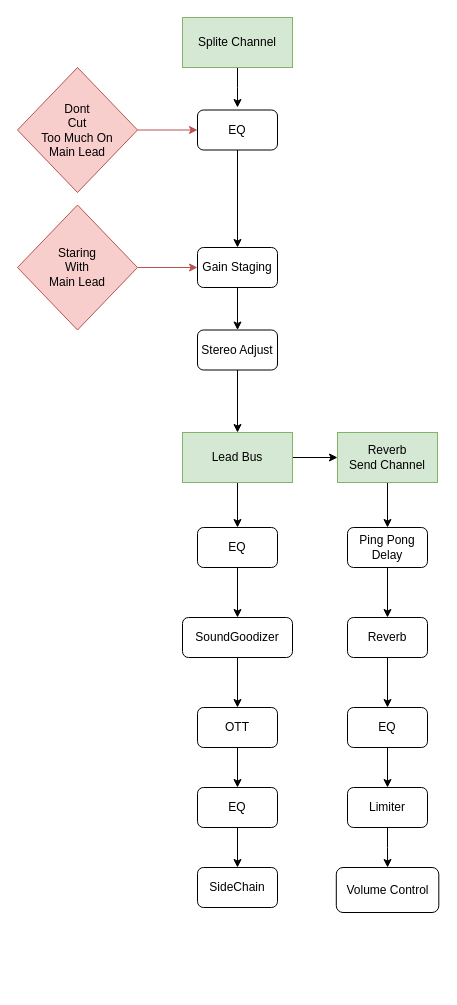
Earlier version of the draw.io diagram Pro House Mixing/Emotional Pro House Lead Mixing.drawio (houance/Music-Illustration). Source tidied: cells renumbered, new cells numbered last; positions are measured from the earlier drawing's top-left corner, leaving out a move shared by most shapes. Both pictures are drawn from the tidied source at 100%, with x=0, y=0 at pixel (17, 17).
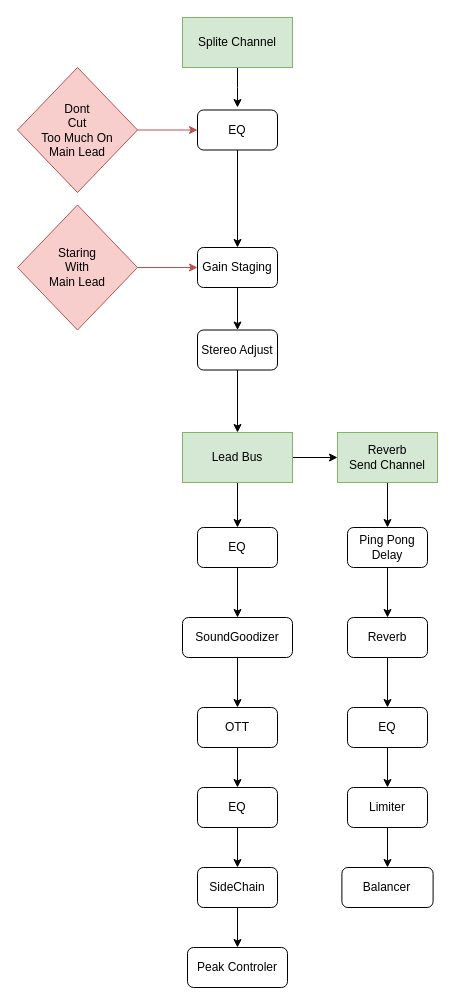
The same page after the edit.

Unchanged cells that the change refers to:
```xml
<mxCell id="36" value="SideChain" style="rounded=1;whiteSpace=wrap;html=1;" parent="1" vertex="1">
  <mxGeometry x="180" y="850" width="80" height="40" as="geometry" />
</mxCell>
```

What changed in the source:
```diff
@@
-    <mxCell id="33" value="Volume Control" style="rounded=1;whiteSpace=wrap;html=1;" parent="1" vertex="1">
-      <mxGeometry x="318.8" y="850" width="102.5" height="45" as="geometry" />
+    <mxCell id="33" value="Balancer" style="rounded=1;whiteSpace=wrap;html=1;" parent="1" vertex="1">
+      <mxGeometry x="324.4" y="850" width="91.2" height="40" as="geometry" />
     </mxCell>
@@
+    <mxCell id="37" style="edgeStyle=orthogonalEdgeStyle;rounded=0;jettySize=auto;html=1;" parent="1" edge="1" source="36" target="38">
+      <mxGeometry relative="1" as="geometry" />
+    </mxCell>
@@
+    <mxCell id="38" value="Peak Controler" style="whiteSpace=wrap;html=1;rounded=1;" parent="1" vertex="1">
+      <mxGeometry x="170" y="930" width="100" height="40" as="geometry" />
+    </mxCell>
```
